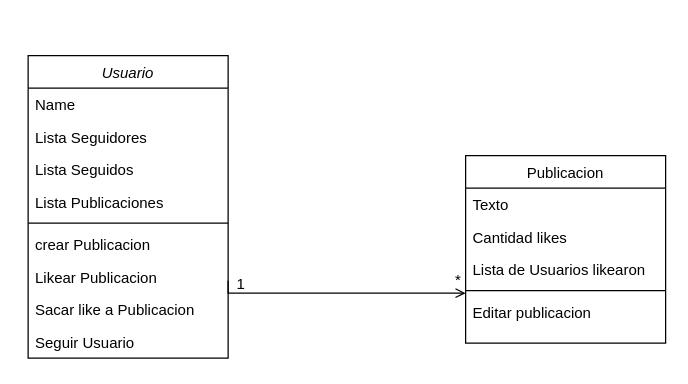
Earlier version of the draw.io diagram RedSocial.drawio (AgustinaFontana/1prueba). Source tidied: cells renumbered, new cells numbered last; positions are measured from the earlier drawing's top-left corner, leaving out a move shared by most shapes. Both pictures are drawn from the tidied source at 125%, with x=0, y=0 at pixel (28, 55).
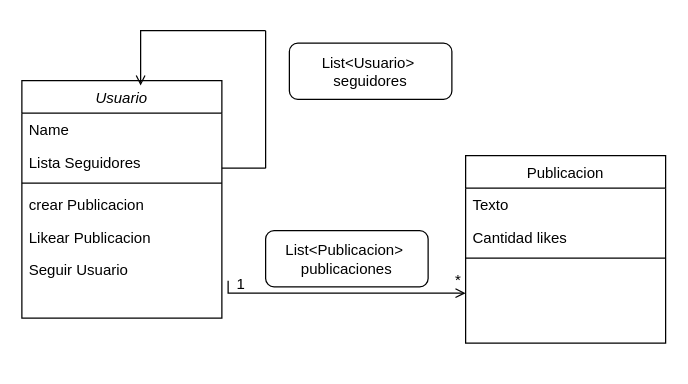
The same page after the edit.

The change refers to these unchanged cells:
```xml
<mxCell id="12" value="Publicacion" style="swimlane;fontStyle=0;align=center;verticalAlign=top;horizontal=1;startSize=26;rounded=0;shadow=0;strokeWidth=1;" parent="1" vertex="1">
  <mxGeometry x="350" y="80" width="160" height="150" as="geometry" />
</mxCell>
```

The edit, as a diff of the source:
```diff
@@
     <mxCell id="2" value="Usuario" style="swimlane;fontStyle=2;align=center;verticalAlign=top;horizontal=1;startSize=26;rounded=0;shadow=0;strokeWidth=1;" parent="1" vertex="1">
-      <mxGeometry width="160" height="242" as="geometry" />
+      <mxGeometry x="-5" y="20" width="160" height="190" as="geometry" />
     </mxCell>
@@
-    <mxCell id="5" value="Lista Seguidos" style="text;align=left;verticalAlign=top;spacingLeft=4;spacingRight=4;overflow=hidden;" parent="2" vertex="1">
-      <mxGeometry y="78" width="160" height="26" as="geometry" />
-    </mxCell>
-    <mxCell id="6" value="Lista Publicaciones" style="text;align=left;verticalAlign=top;spacingLeft=4;spacingRight=4;overflow=hidden;" parent="2" vertex="1">
-      <mxGeometry y="104" width="160" height="26" as="geometry" />
-    </mxCell>
     <mxCell id="7" style="line;html=1;strokeWidth=1;align=left;verticalAlign=middle;spacingTop=-1;spacingLeft=3;spacingRight=3;labelPosition=right;" parent="2" vertex="1">
-      <mxGeometry y="130" width="160" height="8" as="geometry" />
+      <mxGeometry y="78" width="160" height="8" as="geometry" />
     </mxCell>
     <mxCell id="8" value="crear Publicacion" style="text;align=left;verticalAlign=top;spacingLeft=4;spacingRight=4;overflow=hidden;" parent="2" vertex="1">
-      <mxGeometry y="138" width="160" height="26" as="geometry" />
+      <mxGeometry y="86" width="160" height="26" as="geometry" />
     </mxCell>
     <mxCell id="9" value="Likear Publicacion" style="text;align=left;verticalAlign=top;spacingLeft=4;spacingRight=4;overflow=hidden;" parent="2" vertex="1">
-      <mxGeometry y="164" width="160" height="26" as="geometry" />
+      <mxGeometry y="112" width="160" height="26" as="geometry" />
     </mxCell>
-    <mxCell id="10" value="Sacar like a Publicacion" style="text;align=left;verticalAlign=top;spacingLeft=4;spacingRight=4;overflow=hidden;" parent="2" vertex="1">
-      <mxGeometry y="190" width="160" height="26" as="geometry" />
-    </mxCell>
     <mxCell id="11" value="Seguir Usuario" style="text;align=left;verticalAlign=top;spacingLeft=4;spacingRight=4;overflow=hidden;" parent="2" vertex="1">
-      <mxGeometry y="216" width="160" height="26" as="geometry" />
+      <mxGeometry y="138" width="160" height="26" as="geometry" />
     </mxCell>
@@
-    <mxCell id="15" value="Lista de Usuarios likearon " style="text;align=left;verticalAlign=top;spacingLeft=4;spacingRight=4;overflow=hidden;rounded=0;shadow=0;html=0;" parent="12" vertex="1">
-      <mxGeometry y="78" width="160" height="26" as="geometry" />
-    </mxCell>
     <mxCell id="16" style="line;html=1;strokeWidth=1;align=left;verticalAlign=middle;spacingTop=-1;spacingLeft=3;spacingRight=3;labelPosition=right;" parent="12" vertex="1">
-      <mxGeometry y="104" width="160" height="8" as="geometry" />
+      <mxGeometry y="78" width="160" height="8" as="geometry" />
     </mxCell>
-    <mxCell id="17" value="Editar publicacion" style="text;align=left;verticalAlign=top;spacingLeft=4;spacingRight=4;overflow=hidden;" parent="12" vertex="1">
-      <mxGeometry y="112" width="160" height="26" as="geometry" />
-    </mxCell>
@@
+    <mxCell id="21" value="List&amp;lt;Publicacion&amp;gt;&amp;nbsp; publicaciones" style="rounded=1;whiteSpace=wrap;html=1;" parent="1" vertex="1">
+      <mxGeometry x="190" y="140" width="130" height="45" as="geometry" />
+    </mxCell>
+    <mxCell id="22" style="endArrow=open;shadow=0;strokeWidth=1;rounded=0;endFill=1;edgeStyle=elbowEdgeStyle;elbow=vertical;entryX=0.638;entryY=-0.154;entryDx=0;entryDy=0;entryPerimeter=0;" parent="1" edge="1">
+      <mxGeometry x="0.5" y="41" relative="1" as="geometry">
+        <mxPoint x="190" y="-20" as="sourcePoint" />
+        <mxPoint x="90" y="24" as="targetPoint" />
+        <Array as="points">
+          <mxPoint x="327.9" y="-20" />
+        </Array>
+        <mxPoint x="-40" y="32" as="offset" />
+      </mxGeometry>
+    </mxCell>
+    <mxCell id="23" style="endArrow=none;html=1;rounded=0;" parent="1" edge="1">
+      <mxGeometry relative="1" as="geometry">
+        <mxPoint x="155" y="90" as="sourcePoint" />
+        <mxPoint x="190" y="90" as="targetPoint" />
+      </mxGeometry>
+    </mxCell>
+    <mxCell id="24" style="endArrow=none;html=1;rounded=0;" parent="1" edge="1">
+      <mxGeometry relative="1" as="geometry">
+        <mxPoint x="190" y="90" as="sourcePoint" />
+        <mxPoint x="190" y="-20" as="targetPoint" />
+      </mxGeometry>
+    </mxCell>
+    <mxCell id="25" value="List&amp;lt;Usuario&amp;gt;&amp;nbsp; seguidores" style="rounded=1;whiteSpace=wrap;html=1;" parent="1" vertex="1">
+      <mxGeometry x="209" y="-10" width="130" height="45" as="geometry" />
+    </mxCell>
```
